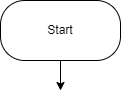
Earlier version of the draw.io export lesson1/ex01/ex01.drawio.png (AlexandrZimakov/HomeWork_1). Source tidied: cells renumbered, new cells last; positions are measured from the earlier drawing's top-left corner, leaving out a move shared by most shapes. Source of this version:
```xml
<mxGraphModel>
  <root>
    <mxCell id="0" />
    <mxCell id="1" parent="0" />
    <mxCell id="2" style="edgeStyle=none;html=1;" parent="1" edge="1" source="3">
      <mxGeometry relative="1" as="geometry">
        <mxPoint x="60" y="90" as="targetPoint" />
      </mxGeometry>
    </mxCell>
    <mxCell id="3" value="Start" style="rounded=1;whiteSpace=wrap;html=1;arcSize=40;" parent="1" vertex="1">
      <mxGeometry width="120" height="60" as="geometry" />
    </mxCell>
  </root>
</mxGraphModel>
```
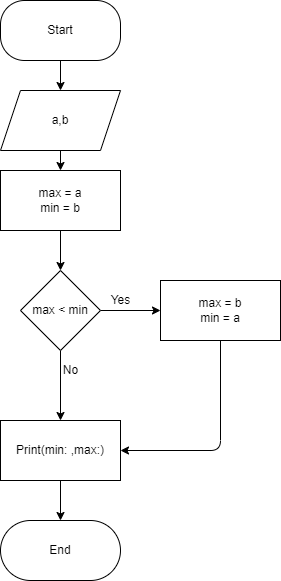
After the change.

Change to the diagram source:
```diff
@@ -10,5 +10,51 @@
     <mxCell id="3" value="Start" style="rounded=1;whiteSpace=wrap;html=1;arcSize=40;" parent="1" vertex="1">
       <mxGeometry width="120" height="60" as="geometry" />
     </mxCell>
+    <mxCell id="4" style="edgeStyle=none;html=1;" parent="1" edge="1" source="5" target="7">
+      <mxGeometry relative="1" as="geometry" />
+    </mxCell>
+    <mxCell id="5" value="a,b" style="shape=parallelogram;perimeter=parallelogramPerimeter;whiteSpace=wrap;html=1;fixedSize=1;" parent="1" vertex="1">
+      <mxGeometry y="90" width="120" height="60" as="geometry" />
+    </mxCell>
+    <mxCell id="6" style="edgeStyle=none;html=1;" parent="1" edge="1" source="7" target="10">
+      <mxGeometry relative="1" as="geometry" />
+    </mxCell>
+    <mxCell id="7" value="max = a&lt;br&gt;min = b" style="whiteSpace=wrap;html=1;" parent="1" vertex="1">
+      <mxGeometry y="170" width="120" height="60" as="geometry" />
+    </mxCell>
+    <mxCell id="8" style="edgeStyle=none;html=1;" parent="1" edge="1" source="10" target="12">
+      <mxGeometry relative="1" as="geometry" />
+    </mxCell>
+    <mxCell id="9" style="edgeStyle=none;html=1;exitX=0.5;exitY=1;exitDx=0;exitDy=0;entryX=0.5;entryY=0;entryDx=0;entryDy=0;" parent="1" edge="1" source="10" target="15">
+      <mxGeometry relative="1" as="geometry" />
+    </mxCell>
+    <mxCell id="10" value="max &amp;lt; min" style="rhombus;whiteSpace=wrap;html=1;" parent="1" vertex="1">
+      <mxGeometry x="20" y="270" width="80" height="80" as="geometry" />
+    </mxCell>
+    <mxCell id="11" style="edgeStyle=none;html=1;exitX=0.5;exitY=1;exitDx=0;exitDy=0;entryX=1;entryY=0.5;entryDx=0;entryDy=0;" parent="1" edge="1" source="12" target="15">
+      <mxGeometry relative="1" as="geometry">
+        <Array as="points">
+          <mxPoint x="220" y="450" />
+        </Array>
+      </mxGeometry>
+    </mxCell>
+    <mxCell id="12" value="max = b&lt;br&gt;min = a" style="whiteSpace=wrap;html=1;" parent="1" vertex="1">
+      <mxGeometry x="160" y="280" width="120" height="60" as="geometry" />
+    </mxCell>
+    <mxCell id="13" value="Yes" style="text;html=1;align=center;verticalAlign=middle;strokeColor=none;fillColor=none;" parent="1" vertex="1">
+      <mxGeometry x="100" y="290" width="40" height="20" as="geometry" />
+    </mxCell>
+    <mxCell id="14" style="edgeStyle=none;html=1;exitX=0.5;exitY=1;exitDx=0;exitDy=0;entryX=0.5;entryY=0;entryDx=0;entryDy=0;" parent="1" edge="1" source="15" target="17">
+      <mxGeometry relative="1" as="geometry" />
+    </mxCell>
+    <mxCell id="15" value="Print(min: ,max:)" style="rounded=0;whiteSpace=wrap;html=1;" parent="1" vertex="1">
+      <mxGeometry y="420" width="120" height="60" as="geometry" />
+    </mxCell>
+    <mxCell id="16" value="No" style="text;html=1;align=center;verticalAlign=middle;strokeColor=none;fillColor=none;" parent="1" vertex="1">
+      <mxGeometry x="55" y="360" width="30" height="20" as="geometry" />
+    </mxCell>
+    <mxCell id="17" value="End" style="rounded=1;whiteSpace=wrap;html=1;arcSize=50;" parent="1" vertex="1">
+      <mxGeometry y="520" width="120" height="60" as="geometry" />
+    </mxCell>
   </root>
 </mxGraphModel>
```
